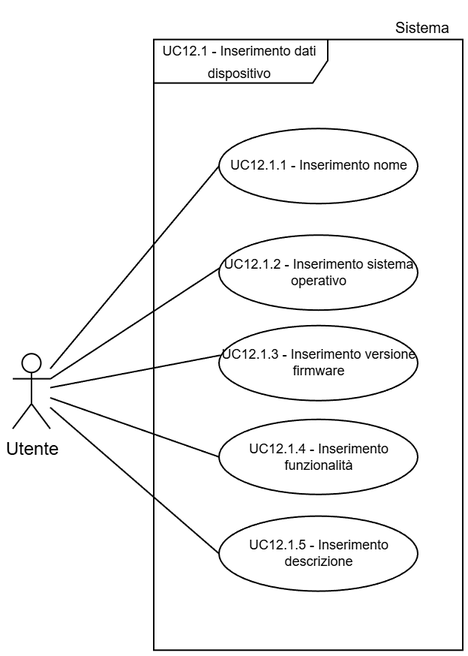
Above: Tutti i documenti/Assets/Diagrammi/UC12.1Inclusioni.png in AtlasTeam9/Documenti (draw.io), before the change. Source tidied: cells renumbered, new cells last; positions are measured from the earlier drawing's top-left corner, leaving out a move shared by most shapes. Source of this version:
```xml
<mxGraphModel background="light-dark(#FFFFFF,#FFFFFF)">
  <root>
    <mxCell id="0" />
    <mxCell id="1" parent="0" />
    <mxCell id="2" value="&lt;p style=&quot;padding-top: 0px;&quot;&gt;&lt;font style=&quot;color: light-dark(rgb(0, 0, 0), rgb(0, 0, 0)); line-height: 50%; font-size: 9px;&quot;&gt;&lt;font style=&quot;line-height: 50%;&quot;&gt;&lt;font style=&quot;&quot;&gt;UC12.1 -&amp;nbsp;&lt;/font&gt;&lt;/font&gt;&lt;span style=&quot;background-color: transparent; line-height: 50%;&quot;&gt;&lt;font style=&quot;&quot;&gt;Inserimento dati dispositivo&lt;/font&gt;&lt;/span&gt;&lt;/font&gt;&lt;/p&gt;" style="shape=umlFrame;whiteSpace=wrap;html=1;swimlaneFillColor=light-dark(transparent,#FFFFFF);strokeColor=light-dark(#000000,#000000);fillColor=none;width=116;height=29;gradientColor=none;spacing=2;" parent="1" vertex="1">
      <mxGeometry x="94" y="22.8" width="206" height="406.8" as="geometry" />
    </mxCell>
    <mxCell id="3" value="&lt;font style=&quot;color: light-dark(rgb(0, 0, 0), rgb(0, 0, 0));&quot;&gt;Utente&lt;/font&gt;" style="shape=umlActor;verticalLabelPosition=bottom;verticalAlign=top;html=1;outlineConnect=0;strokeColor=light-dark(#000000,#000000);fillColor=light-dark(#FFFFFF,transparent);" parent="1" vertex="1">
      <mxGeometry y="232.1" width="25" height="50" as="geometry" />
    </mxCell>
    <mxCell id="4" value="&lt;font style=&quot;color: light-dark(rgb(0, 0, 0), rgb(0, 0, 0)); line-height: 100%;&quot;&gt;UC12.1.1 - Inserimento nome&lt;/font&gt;" style="ellipse;whiteSpace=wrap;html=1;strokeColor=light-dark(#000000,#000000);align=center;verticalAlign=middle;fontFamily=Helvetica;fontSize=9;fontColor=default;fillColor=light-dark(#FFFFFF, #ffffff);" parent="1" vertex="1">
      <mxGeometry x="137.5" y="82.1" width="132.5" height="50" as="geometry" />
    </mxCell>
    <mxCell id="5" style="endArrow=none;endFill=0;endSize=12;html=1;rounded=0;entryX=0;entryY=0.5;entryDx=0;entryDy=0;strokeColor=light-dark(#000000,#000000);" parent="1" edge="1" source="3" target="4">
      <mxGeometry relative="1" as="geometry" />
    </mxCell>
    <mxCell id="6" value="&lt;font style=&quot;color: light-dark(rgb(0, 0, 0), rgb(0, 0, 0)); line-height: 100%;&quot;&gt;UC12.1.2 - Inserimento sistema operativo&lt;/font&gt;" style="ellipse;whiteSpace=wrap;html=1;strokeColor=light-dark(#000000,#000000);align=center;verticalAlign=middle;fontFamily=Helvetica;fontSize=9;fontColor=default;fillColor=light-dark(#FFFFFF, #ffffff);" parent="1" vertex="1">
      <mxGeometry x="137.5" y="153.1" width="132.5" height="50" as="geometry" />
    </mxCell>
    <mxCell id="7" style="endArrow=none;endFill=0;endSize=12;html=1;rounded=0;entryX=0.004;entryY=0.437;entryDx=0;entryDy=0;strokeColor=light-dark(#000000,#000000);entryPerimeter=0;" parent="1" edge="1" source="3" target="6">
      <mxGeometry relative="1" as="geometry" />
    </mxCell>
    <mxCell id="8" value="&lt;font style=&quot;color: light-dark(rgb(0, 0, 0), rgb(0, 0, 0)); line-height: 100%;&quot;&gt;UC12.1.3 - Inserimento versione firmware&lt;/font&gt;" style="ellipse;whiteSpace=wrap;html=1;strokeColor=light-dark(#000000,#000000);align=center;verticalAlign=middle;fontFamily=Helvetica;fontSize=9;fontColor=default;fillColor=light-dark(#FFFFFF, #ffffff);" parent="1" vertex="1">
      <mxGeometry x="137.5" y="213.4" width="132.5" height="50" as="geometry" />
    </mxCell>
    <mxCell id="9" value="&lt;font style=&quot;color: light-dark(rgb(0, 0, 0), rgb(0, 0, 0)); line-height: 100%;&quot;&gt;UC12.1.4 - Inserimento funzionalità&lt;/font&gt;" style="ellipse;whiteSpace=wrap;html=1;strokeColor=light-dark(#000000,#000000);align=center;verticalAlign=middle;fontFamily=Helvetica;fontSize=9;fontColor=default;fillColor=light-dark(#FFFFFF, #ffffff);" parent="1" vertex="1">
      <mxGeometry x="137.5" y="275.9" width="132.5" height="50" as="geometry" />
    </mxCell>
    <mxCell id="10" style="endArrow=none;endFill=0;endSize=12;html=1;rounded=0;entryX=0.006;entryY=0.396;entryDx=0;entryDy=0;strokeColor=light-dark(#000000,#000000);entryPerimeter=0;" parent="1" edge="1" source="3" target="8">
      <mxGeometry relative="1" as="geometry" />
    </mxCell>
    <mxCell id="11" value="&lt;font style=&quot;color: light-dark(rgb(0, 0, 0), rgb(0, 0, 0)); line-height: 100%;&quot;&gt;UC12.1.5 - Inserimento descrizione&lt;/font&gt;" style="ellipse;whiteSpace=wrap;html=1;strokeColor=light-dark(#000000,#000000);align=center;verticalAlign=middle;fontFamily=Helvetica;fontSize=9;fontColor=default;fillColor=light-dark(#FFFFFF, #ffffff);" parent="1" vertex="1">
      <mxGeometry x="137.5" y="340.3" width="132.5" height="50" as="geometry" />
    </mxCell>
    <mxCell id="12" style="endArrow=none;endFill=0;endSize=12;html=1;rounded=0;entryX=0;entryY=0.5;entryDx=0;entryDy=0;strokeColor=light-dark(#000000,#000000);" parent="1" edge="1" source="3" target="9">
      <mxGeometry relative="1" as="geometry" />
    </mxCell>
    <mxCell id="13" style="endArrow=none;endFill=0;endSize=12;html=1;rounded=0;entryX=0;entryY=0.5;entryDx=0;entryDy=0;strokeColor=light-dark(#000000,#000000);" parent="1" edge="1" source="3" target="11">
      <mxGeometry relative="1" as="geometry" />
    </mxCell>
    <mxCell id="14" value="Sistema" style="text;html=1;whiteSpace=wrap;strokeColor=none;fillColor=none;align=center;verticalAlign=middle;rounded=0;fontFamily=Helvetica;fontSize=10;fontColor=light-dark(#000000,#000000);labelBackgroundColor=none;" parent="1" vertex="1">
      <mxGeometry x="245.5" y="-0.4" width="54.5" height="30" as="geometry" />
    </mxCell>
  </root>
</mxGraphModel>
```
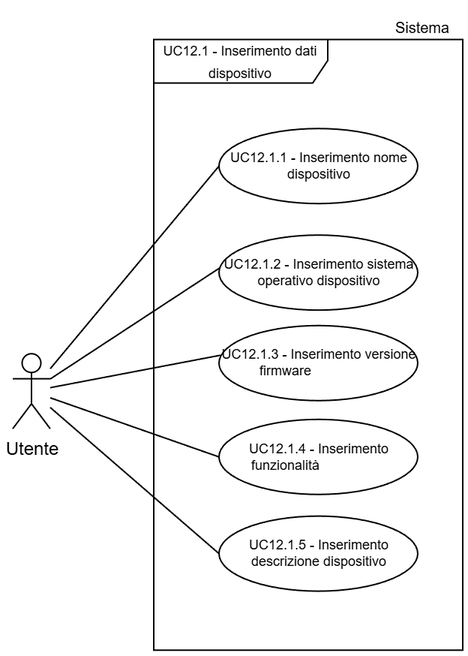
The same file after the commit.

Commit message:
Sistemati diagrammi

Change to the diagram source:
```diff
@@ -8,28 +8,28 @@
     <mxCell id="3" value="&lt;font style=&quot;color: light-dark(rgb(0, 0, 0), rgb(0, 0, 0));&quot;&gt;Utente&lt;/font&gt;" style="shape=umlActor;verticalLabelPosition=bottom;verticalAlign=top;html=1;outlineConnect=0;strokeColor=light-dark(#000000,#000000);fillColor=light-dark(#FFFFFF,transparent);" parent="1" vertex="1">
       <mxGeometry y="232.1" width="25" height="50" as="geometry" />
     </mxCell>
-    <mxCell id="4" value="&lt;font style=&quot;color: light-dark(rgb(0, 0, 0), rgb(0, 0, 0)); line-height: 100%;&quot;&gt;UC12.1.1 - Inserimento nome&lt;/font&gt;" style="ellipse;whiteSpace=wrap;html=1;strokeColor=light-dark(#000000,#000000);align=center;verticalAlign=middle;fontFamily=Helvetica;fontSize=9;fontColor=default;fillColor=light-dark(#FFFFFF, #ffffff);" parent="1" vertex="1">
+    <mxCell id="4" value="&lt;font style=&quot;color: light-dark(rgb(0, 0, 0), rgb(0, 0, 0)); line-height: 100%;&quot;&gt;UC12.1.1 - Inserimento nome dispositivo&lt;/font&gt;" style="ellipse;whiteSpace=wrap;html=1;strokeColor=light-dark(#000000,#000000);align=center;verticalAlign=middle;fontFamily=Helvetica;fontSize=9;fontColor=default;fillColor=light-dark(#FFFFFF, #ffffff);" parent="1" vertex="1">
       <mxGeometry x="137.5" y="82.1" width="132.5" height="50" as="geometry" />
     </mxCell>
     <mxCell id="5" style="endArrow=none;endFill=0;endSize=12;html=1;rounded=0;entryX=0;entryY=0.5;entryDx=0;entryDy=0;strokeColor=light-dark(#000000,#000000);" parent="1" edge="1" source="3" target="4">
       <mxGeometry relative="1" as="geometry" />
     </mxCell>
-    <mxCell id="6" value="&lt;font style=&quot;color: light-dark(rgb(0, 0, 0), rgb(0, 0, 0)); line-height: 100%;&quot;&gt;UC12.1.2 - Inserimento sistema operativo&lt;/font&gt;" style="ellipse;whiteSpace=wrap;html=1;strokeColor=light-dark(#000000,#000000);align=center;verticalAlign=middle;fontFamily=Helvetica;fontSize=9;fontColor=default;fillColor=light-dark(#FFFFFF, #ffffff);" parent="1" vertex="1">
+    <mxCell id="6" value="&lt;font style=&quot;color: light-dark(rgb(0, 0, 0), rgb(0, 0, 0)); line-height: 100%;&quot;&gt;UC12.1.2 - Inserimento sistema operativo dispositivo&lt;/font&gt;" style="ellipse;whiteSpace=wrap;html=1;strokeColor=light-dark(#000000,#000000);align=center;verticalAlign=middle;fontFamily=Helvetica;fontSize=9;fontColor=default;fillColor=light-dark(#FFFFFF, #ffffff);" parent="1" vertex="1">
       <mxGeometry x="137.5" y="153.1" width="132.5" height="50" as="geometry" />
     </mxCell>
     <mxCell id="7" style="endArrow=none;endFill=0;endSize=12;html=1;rounded=0;entryX=0.004;entryY=0.437;entryDx=0;entryDy=0;strokeColor=light-dark(#000000,#000000);entryPerimeter=0;" parent="1" edge="1" source="3" target="6">
       <mxGeometry relative="1" as="geometry" />
     </mxCell>
-    <mxCell id="8" value="&lt;font style=&quot;color: light-dark(rgb(0, 0, 0), rgb(0, 0, 0)); line-height: 100%;&quot;&gt;UC12.1.3 - Inserimento versione firmware&lt;/font&gt;" style="ellipse;whiteSpace=wrap;html=1;strokeColor=light-dark(#000000,#000000);align=center;verticalAlign=middle;fontFamily=Helvetica;fontSize=9;fontColor=default;fillColor=light-dark(#FFFFFF, #ffffff);" parent="1" vertex="1">
+    <mxCell id="8" value="&lt;font style=&quot;color: light-dark(rgb(0, 0, 0), rgb(0, 0, 0)); line-height: 100%;&quot;&gt;UC12.1.3 - Inserimento versione firmware&amp;nbsp;&lt;/font&gt;dispositivo" style="ellipse;whiteSpace=wrap;html=1;strokeColor=light-dark(#000000,#000000);align=center;verticalAlign=middle;fontFamily=Helvetica;fontSize=9;fontColor=default;fillColor=light-dark(#FFFFFF, #ffffff);" parent="1" vertex="1">
       <mxGeometry x="137.5" y="213.4" width="132.5" height="50" as="geometry" />
     </mxCell>
-    <mxCell id="9" value="&lt;font style=&quot;color: light-dark(rgb(0, 0, 0), rgb(0, 0, 0)); line-height: 100%;&quot;&gt;UC12.1.4 - Inserimento funzionalità&lt;/font&gt;" style="ellipse;whiteSpace=wrap;html=1;strokeColor=light-dark(#000000,#000000);align=center;verticalAlign=middle;fontFamily=Helvetica;fontSize=9;fontColor=default;fillColor=light-dark(#FFFFFF, #ffffff);" parent="1" vertex="1">
+    <mxCell id="9" value="&lt;font style=&quot;color: light-dark(rgb(0, 0, 0), rgb(0, 0, 0)); line-height: 100%;&quot;&gt;UC12.1.4 - Inserimento funzionalità&lt;/font&gt;&lt;span style=&quot;background-color: transparent; color: light-dark(rgb(0, 0, 0), rgb(255, 255, 255));&quot;&gt;&amp;nbsp;&lt;/span&gt;&lt;span style=&quot;background-color: transparent; color: light-dark(rgb(0, 0, 0), rgb(255, 255, 255));&quot;&gt;dispositivo&lt;/span&gt;" style="ellipse;whiteSpace=wrap;html=1;strokeColor=light-dark(#000000,#000000);align=center;verticalAlign=middle;fontFamily=Helvetica;fontSize=9;fontColor=default;fillColor=light-dark(#FFFFFF, #ffffff);" parent="1" vertex="1">
       <mxGeometry x="137.5" y="275.9" width="132.5" height="50" as="geometry" />
     </mxCell>
     <mxCell id="10" style="endArrow=none;endFill=0;endSize=12;html=1;rounded=0;entryX=0.006;entryY=0.396;entryDx=0;entryDy=0;strokeColor=light-dark(#000000,#000000);entryPerimeter=0;" parent="1" edge="1" source="3" target="8">
       <mxGeometry relative="1" as="geometry" />
     </mxCell>
-    <mxCell id="11" value="&lt;font style=&quot;color: light-dark(rgb(0, 0, 0), rgb(0, 0, 0)); line-height: 100%;&quot;&gt;UC12.1.5 - Inserimento descrizione&lt;/font&gt;" style="ellipse;whiteSpace=wrap;html=1;strokeColor=light-dark(#000000,#000000);align=center;verticalAlign=middle;fontFamily=Helvetica;fontSize=9;fontColor=default;fillColor=light-dark(#FFFFFF, #ffffff);" parent="1" vertex="1">
+    <mxCell id="11" value="&lt;font style=&quot;color: light-dark(rgb(0, 0, 0), rgb(0, 0, 0)); line-height: 100%;&quot;&gt;UC12.1.5 - Inserimento descrizione dispositivo&lt;/font&gt;" style="ellipse;whiteSpace=wrap;html=1;strokeColor=light-dark(#000000,#000000);align=center;verticalAlign=middle;fontFamily=Helvetica;fontSize=9;fontColor=default;fillColor=light-dark(#FFFFFF, #ffffff);" parent="1" vertex="1">
       <mxGeometry x="137.5" y="340.3" width="132.5" height="50" as="geometry" />
     </mxCell>
     <mxCell id="12" style="endArrow=none;endFill=0;endSize=12;html=1;rounded=0;entryX=0;entryY=0.5;entryDx=0;entryDy=0;strokeColor=light-dark(#000000,#000000);" parent="1" edge="1" source="3" target="9">
```
